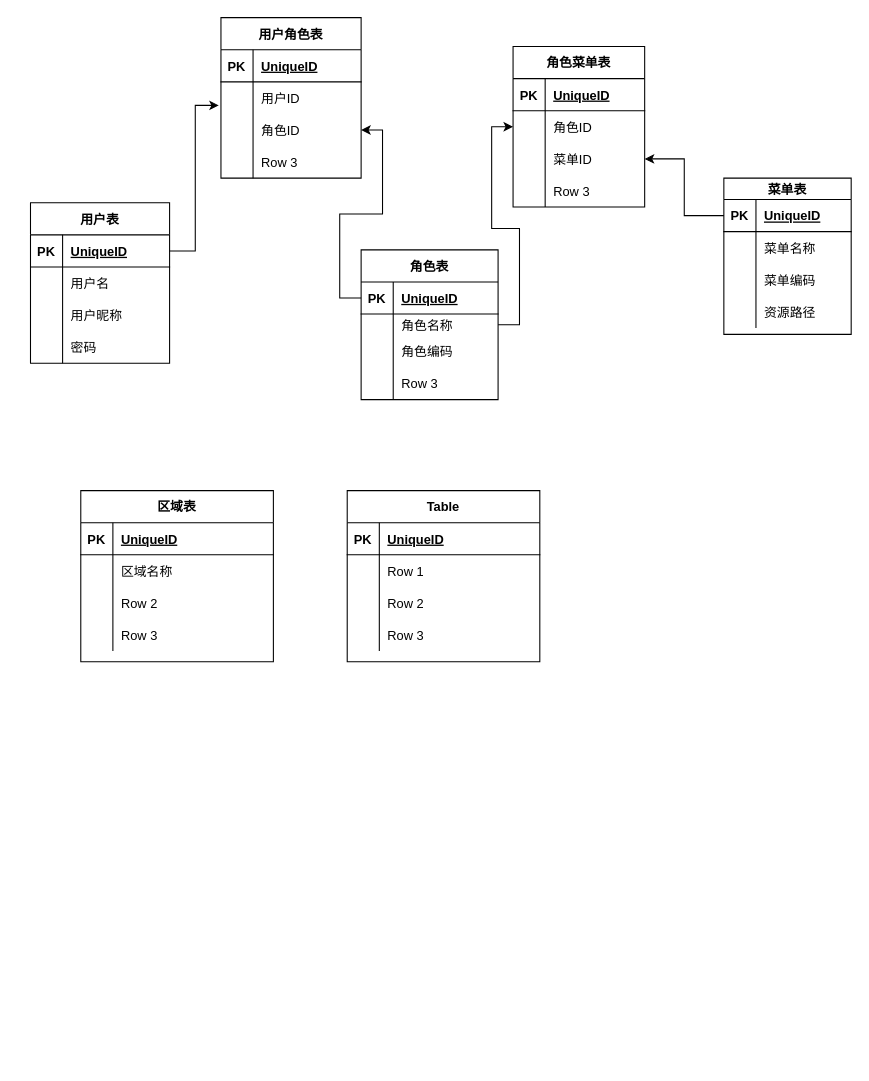
Above: archermind/neg_data_model.drawio in crelle/drawio (draw.io), before the change. Source tidied: cells renumbered, new cells numbered last; positions are measured from the earlier drawing's top-left corner, leaving out a move shared by most shapes. Both pictures are drawn from the tidied source at 107%, with x=0, y=0 at pixel (30, 17).
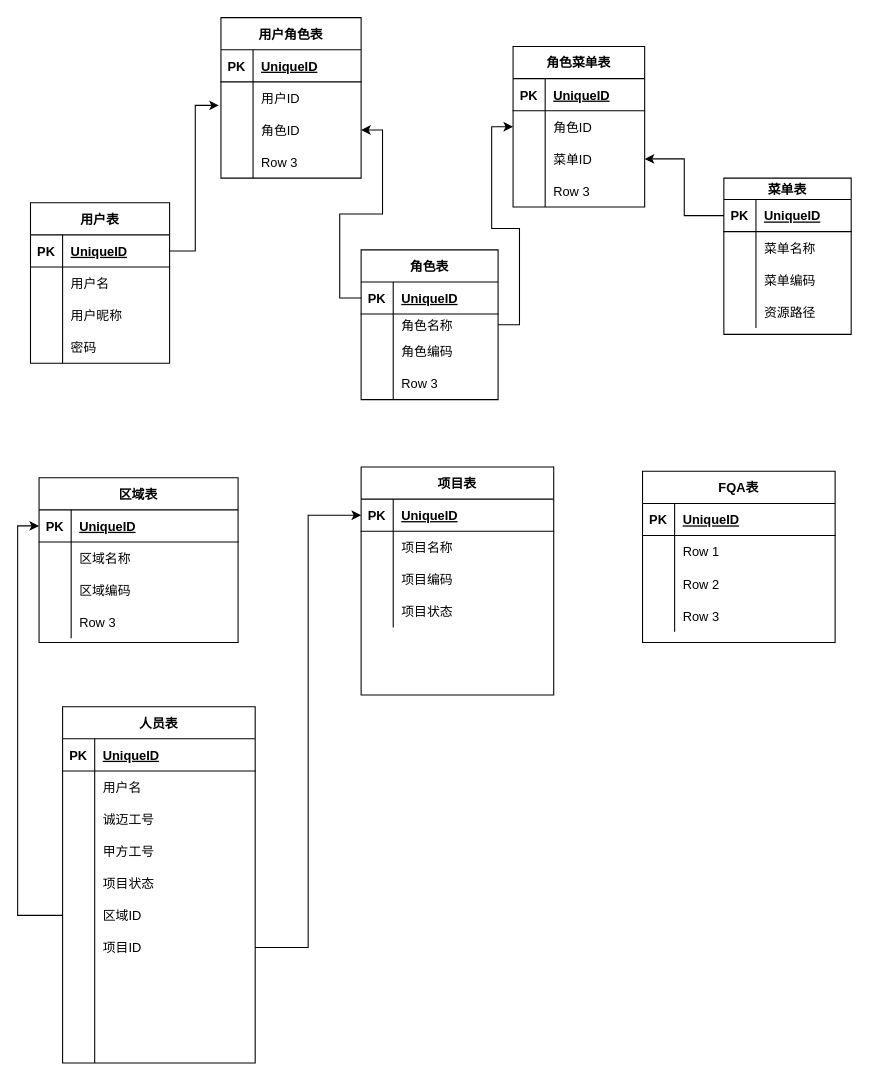
After the change.

The edit, as a diff of the source:
```diff
@@
     <mxCell id="71" value="区域表" style="shape=table;startSize=30;childLayout=tableLayout;rowLines=0;fontStyle=1;align=center;" parent="1" vertex="1">
-      <mxGeometry x="47" y="442" width="180" height="160" as="geometry" />
+      <mxGeometry x="8" y="430" width="186" height="154" as="geometry" />
     </mxCell>
     <mxCell id="72" style="shape=tableRow;horizontal=0;startSize=0;swimlaneHead=0;swimlaneBody=0;fillColor=none;points=[[0,0.5],[1,0.5]];portConstraint=eastwest;top=0;left=0;right=0;bottom=1;" parent="71" vertex="1">
-      <mxGeometry y="30" width="180" height="30" as="geometry" />
+      <mxGeometry y="30" width="186" height="30" as="geometry" />
     </mxCell>
@@
     <mxCell id="74" value="UniqueID" style="shape=partialRectangle;fillColor=none;top=0;left=0;bottom=0;right=0;align=left;spacingLeft=6;fontStyle=5;overflow=hidden;" parent="72" vertex="1">
-      <mxGeometry x="30" width="150" height="30" as="geometry" />
+      <mxGeometry x="30" width="156" height="30" as="geometry" />
     </mxCell>
     <mxCell id="75" style="shape=tableRow;horizontal=0;startSize=0;swimlaneHead=0;swimlaneBody=0;fillColor=none;top=0;left=0;right=0;bottom=0;" parent="71" vertex="1">
-      <mxGeometry y="60" width="180" height="30" as="geometry" />
+      <mxGeometry y="60" width="186" height="30" as="geometry" />
     </mxCell>
@@
     <mxCell id="77" value="区域名称" style="shape=partialRectangle;fillColor=none;top=0;left=0;bottom=0;right=0;align=left;spacingLeft=6;overflow=hidden;" parent="75" vertex="1">
-      <mxGeometry x="30" width="150" height="30" as="geometry" />
+      <mxGeometry x="30" width="156" height="30" as="geometry" />
     </mxCell>
     <mxCell id="78" style="shape=tableRow;horizontal=0;startSize=0;swimlaneHead=0;swimlaneBody=0;fillColor=none;top=0;left=0;right=0;bottom=0;" parent="71" vertex="1">
-      <mxGeometry y="90" width="180" height="30" as="geometry" />
+      <mxGeometry y="90" width="186" height="30" as="geometry" />
     </mxCell>
@@
-    <mxCell id="80" value="Row 2" style="shape=partialRectangle;fillColor=none;top=0;left=0;bottom=0;right=0;align=left;spacingLeft=6;overflow=hidden;" parent="78" vertex="1">
-      <mxGeometry x="30" width="150" height="30" as="geometry" />
+    <mxCell id="80" value="区域编码" style="shape=partialRectangle;fillColor=none;top=0;left=0;bottom=0;right=0;align=left;spacingLeft=6;overflow=hidden;" parent="78" vertex="1">
+      <mxGeometry x="30" width="156" height="30" as="geometry" />
     </mxCell>
     <mxCell id="81" style="shape=tableRow;horizontal=0;startSize=0;swimlaneHead=0;swimlaneBody=0;fillColor=none;top=0;left=0;right=0;bottom=0;" parent="71" vertex="1">
-      <mxGeometry y="120" width="180" height="30" as="geometry" />
+      <mxGeometry y="120" width="186" height="30" as="geometry" />
     </mxCell>
@@
     <mxCell id="83" value="Row 3" style="shape=partialRectangle;fillColor=none;top=0;left=0;bottom=0;right=0;align=left;spacingLeft=6;overflow=hidden;" parent="81" vertex="1">
-      <mxGeometry x="30" width="150" height="30" as="geometry" />
+      <mxGeometry x="30" width="156" height="30" as="geometry" />
     </mxCell>
-    <mxCell id="84" value="Table" style="shape=table;startSize=30;childLayout=tableLayout;rowLines=0;fontStyle=1;align=center;" parent="1" vertex="1">
-      <mxGeometry x="296" y="442" width="180" height="160" as="geometry" />
+    <mxCell id="84" value="FQA表" style="shape=table;startSize=30;childLayout=tableLayout;rowLines=0;fontStyle=1;align=center;" parent="1" vertex="1">
+      <mxGeometry x="572" y="424" width="180" height="160" as="geometry" />
     </mxCell>
@@
+    <mxCell id="97" value="项目表" style="shape=table;startSize=30;childLayout=tableLayout;rowLines=0;fontStyle=1;align=center;" parent="1" vertex="1">
+      <mxGeometry x="309" y="420" width="180" height="213" as="geometry" />
+    </mxCell>
+    <mxCell id="98" style="shape=tableRow;horizontal=0;startSize=0;swimlaneHead=0;swimlaneBody=0;fillColor=none;points=[[0,0.5],[1,0.5]];portConstraint=eastwest;top=0;left=0;right=0;bottom=1;" parent="97" vertex="1">
+      <mxGeometry y="30" width="180" height="30" as="geometry" />
+    </mxCell>
+    <mxCell id="99" value="PK" style="shape=partialRectangle;fillColor=none;top=0;left=0;bottom=0;right=0;fontStyle=1;overflow=hidden;" parent="98" vertex="1">
+      <mxGeometry width="30" height="30" as="geometry" />
+    </mxCell>
+    <mxCell id="100" value="UniqueID" style="shape=partialRectangle;fillColor=none;top=0;left=0;bottom=0;right=0;align=left;spacingLeft=6;fontStyle=5;overflow=hidden;" parent="98" vertex="1">
+      <mxGeometry x="30" width="150" height="30" as="geometry" />
+    </mxCell>
+    <mxCell id="101" style="shape=tableRow;horizontal=0;startSize=0;swimlaneHead=0;swimlaneBody=0;fillColor=none;top=0;left=0;right=0;bottom=0;" parent="97" vertex="1">
+      <mxGeometry y="60" width="180" height="30" as="geometry" />
+    </mxCell>
+    <mxCell id="102" style="shape=partialRectangle;fillColor=none;top=0;left=0;bottom=0;right=0;overflow=hidden;" parent="101" vertex="1">
+      <mxGeometry width="30" height="30" as="geometry" />
+    </mxCell>
+    <mxCell id="103" value="项目名称" style="shape=partialRectangle;fillColor=none;top=0;left=0;bottom=0;right=0;align=left;spacingLeft=6;overflow=hidden;" parent="101" vertex="1">
+      <mxGeometry x="30" width="150" height="30" as="geometry" />
+    </mxCell>
+    <mxCell id="104" style="shape=tableRow;horizontal=0;startSize=0;swimlaneHead=0;swimlaneBody=0;fillColor=none;top=0;left=0;right=0;bottom=0;" parent="97" vertex="1">
+      <mxGeometry y="90" width="180" height="30" as="geometry" />
+    </mxCell>
+    <mxCell id="105" style="shape=partialRectangle;fillColor=none;top=0;left=0;bottom=0;right=0;overflow=hidden;" parent="104" vertex="1">
+      <mxGeometry width="30" height="30" as="geometry" />
+    </mxCell>
+    <mxCell id="106" value="项目编码" style="shape=partialRectangle;fillColor=none;top=0;left=0;bottom=0;right=0;align=left;spacingLeft=6;overflow=hidden;" parent="104" vertex="1">
+      <mxGeometry x="30" width="150" height="30" as="geometry" />
+    </mxCell>
+    <mxCell id="107" style="shape=tableRow;horizontal=0;startSize=0;swimlaneHead=0;swimlaneBody=0;fillColor=none;top=0;left=0;right=0;bottom=0;" parent="97" vertex="1">
+      <mxGeometry y="120" width="180" height="30" as="geometry" />
+    </mxCell>
+    <mxCell id="108" style="shape=partialRectangle;fillColor=none;top=0;left=0;bottom=0;right=0;overflow=hidden;" parent="107" vertex="1">
+      <mxGeometry width="30" height="30" as="geometry" />
+    </mxCell>
+    <mxCell id="109" value="项目状态" style="shape=partialRectangle;fillColor=none;top=0;left=0;bottom=0;right=0;align=left;spacingLeft=6;overflow=hidden;" parent="107" vertex="1">
+      <mxGeometry x="30" width="150" height="30" as="geometry" />
+    </mxCell>
+    <mxCell id="110" value="人员表" style="shape=table;startSize=30;childLayout=tableLayout;rowLines=0;fontStyle=1;align=center;" parent="1" vertex="1">
+      <mxGeometry x="30" y="644" width="180" height="333" as="geometry" />
+    </mxCell>
+    <mxCell id="111" style="shape=tableRow;horizontal=0;startSize=0;swimlaneHead=0;swimlaneBody=0;fillColor=none;top=0;left=0;right=0;bottom=1;" parent="110" vertex="1">
+      <mxGeometry y="30" width="180" height="30" as="geometry" />
+    </mxCell>
+    <mxCell id="112" value="PK" style="shape=partialRectangle;fillColor=none;top=0;left=0;bottom=0;right=0;fontStyle=1;overflow=hidden;" parent="111" vertex="1">
+      <mxGeometry width="30" height="30" as="geometry" />
+    </mxCell>
+    <mxCell id="113" value="UniqueID" style="shape=partialRectangle;fillColor=none;top=0;left=0;bottom=0;right=0;align=left;spacingLeft=6;fontStyle=5;overflow=hidden;" parent="111" vertex="1">
+      <mxGeometry x="30" width="150" height="30" as="geometry" />
+    </mxCell>
+    <mxCell id="114" style="shape=tableRow;horizontal=0;startSize=0;swimlaneHead=0;swimlaneBody=0;fillColor=none;top=0;left=0;right=0;bottom=0;" parent="110" vertex="1">
+      <mxGeometry y="60" width="180" height="30" as="geometry" />
+    </mxCell>
+    <mxCell id="115" style="shape=partialRectangle;fillColor=none;top=0;left=0;bottom=0;right=0;overflow=hidden;" parent="114" vertex="1">
+      <mxGeometry width="30" height="30" as="geometry" />
+    </mxCell>
+    <mxCell id="116" value="用户名" style="shape=partialRectangle;fillColor=none;top=0;left=0;bottom=0;right=0;align=left;spacingLeft=6;overflow=hidden;" parent="114" vertex="1">
+      <mxGeometry x="30" width="150" height="30" as="geometry" />
+    </mxCell>
+    <mxCell id="117" style="shape=tableRow;horizontal=0;startSize=0;swimlaneHead=0;swimlaneBody=0;fillColor=none;top=0;left=0;right=0;bottom=0;" parent="110" vertex="1">
+      <mxGeometry y="90" width="180" height="30" as="geometry" />
+    </mxCell>
+    <mxCell id="118" style="shape=partialRectangle;fillColor=none;top=0;left=0;bottom=0;right=0;overflow=hidden;" parent="117" vertex="1">
+      <mxGeometry width="30" height="30" as="geometry" />
+    </mxCell>
+    <mxCell id="119" value="诚迈工号" style="shape=partialRectangle;fillColor=none;top=0;left=0;bottom=0;right=0;align=left;spacingLeft=6;overflow=hidden;" parent="117" vertex="1">
+      <mxGeometry x="30" width="150" height="30" as="geometry" />
+    </mxCell>
+    <mxCell id="120" style="shape=tableRow;horizontal=0;startSize=0;swimlaneHead=0;swimlaneBody=0;fillColor=none;top=0;left=0;right=0;bottom=0;" parent="110" vertex="1">
+      <mxGeometry y="120" width="180" height="30" as="geometry" />
+    </mxCell>
+    <mxCell id="121" style="shape=partialRectangle;fillColor=none;top=0;left=0;bottom=0;right=0;overflow=hidden;" parent="120" vertex="1">
+      <mxGeometry width="30" height="30" as="geometry" />
+    </mxCell>
+    <mxCell id="122" value="甲方工号" style="shape=partialRectangle;fillColor=none;top=0;left=0;bottom=0;right=0;align=left;spacingLeft=6;overflow=hidden;" parent="120" vertex="1">
+      <mxGeometry x="30" width="150" height="30" as="geometry" />
+    </mxCell>
+    <mxCell id="123" style="shape=tableRow;horizontal=0;startSize=0;swimlaneHead=0;swimlaneBody=0;fillColor=none;top=0;left=0;right=0;bottom=0;" parent="110" vertex="1">
+      <mxGeometry y="150" width="180" height="30" as="geometry" />
+    </mxCell>
+    <mxCell id="124" style="shape=partialRectangle;fillColor=none;top=0;left=0;bottom=0;right=0;overflow=hidden;" parent="123" vertex="1">
+      <mxGeometry width="30" height="30" as="geometry" />
+    </mxCell>
+    <mxCell id="125" value="项目状态" style="shape=partialRectangle;fillColor=none;top=0;left=0;bottom=0;right=0;align=left;spacingLeft=6;overflow=hidden;" parent="123" vertex="1">
+      <mxGeometry x="30" width="150" height="30" as="geometry" />
+    </mxCell>
+    <mxCell id="126" style="shape=tableRow;horizontal=0;startSize=0;swimlaneHead=0;swimlaneBody=0;fillColor=none;points=[[0,0.5],[1,0.5]];portConstraint=eastwest;top=0;left=0;right=0;bottom=0;" parent="110" vertex="1">
+      <mxGeometry y="180" width="180" height="30" as="geometry" />
+    </mxCell>
+    <mxCell id="127" style="shape=partialRectangle;fillColor=none;top=0;left=0;bottom=0;right=0;overflow=hidden;" parent="126" vertex="1">
+      <mxGeometry width="30" height="30" as="geometry" />
+    </mxCell>
+    <mxCell id="128" value="区域ID" style="shape=partialRectangle;fillColor=none;top=0;left=0;bottom=0;right=0;align=left;spacingLeft=6;overflow=hidden;" parent="126" vertex="1">
+      <mxGeometry x="30" width="150" height="30" as="geometry" />
+    </mxCell>
+    <mxCell id="129" style="shape=tableRow;horizontal=0;startSize=0;swimlaneHead=0;swimlaneBody=0;fillColor=none;points=[[0,0.5],[1,0.5]];portConstraint=eastwest;top=0;left=0;right=0;bottom=0;" parent="110" vertex="1">
+      <mxGeometry y="210" width="180" height="30" as="geometry" />
+    </mxCell>
+    <mxCell id="130" style="shape=partialRectangle;fillColor=none;top=0;left=0;bottom=0;right=0;overflow=hidden;" parent="129" vertex="1">
+      <mxGeometry width="30" height="30" as="geometry" />
+    </mxCell>
+    <mxCell id="131" value="项目ID" style="shape=partialRectangle;fillColor=none;top=0;left=0;bottom=0;right=0;align=left;spacingLeft=6;overflow=hidden;" parent="129" vertex="1">
+      <mxGeometry x="30" width="150" height="30" as="geometry" />
+    </mxCell>
+    <mxCell id="132" style="shape=tableRow;horizontal=0;startSize=0;swimlaneHead=0;swimlaneBody=0;fillColor=none;top=0;left=0;right=0;bottom=0;" parent="110" vertex="1">
+      <mxGeometry y="240" width="180" height="33" as="geometry" />
+    </mxCell>
+    <mxCell id="133" style="shape=partialRectangle;fillColor=none;top=0;left=0;bottom=0;right=0;overflow=hidden;" parent="132" vertex="1">
+      <mxGeometry width="30" height="33" as="geometry" />
+    </mxCell>
+    <mxCell id="134" style="shape=partialRectangle;fillColor=none;top=0;left=0;bottom=0;right=0;align=left;spacingLeft=6;overflow=hidden;" parent="132" vertex="1">
+      <mxGeometry x="30" width="150" height="33" as="geometry" />
+    </mxCell>
+    <mxCell id="135" style="shape=tableRow;horizontal=0;startSize=0;swimlaneHead=0;swimlaneBody=0;fillColor=none;top=0;left=0;right=0;bottom=0;" parent="110" vertex="1">
+      <mxGeometry y="273" width="180" height="30" as="geometry" />
+    </mxCell>
+    <mxCell id="136" style="shape=partialRectangle;fillColor=none;top=0;left=0;bottom=0;right=0;overflow=hidden;" parent="135" vertex="1">
+      <mxGeometry width="30" height="30" as="geometry" />
+    </mxCell>
+    <mxCell id="137" style="shape=partialRectangle;fillColor=none;top=0;left=0;bottom=0;right=0;align=left;spacingLeft=6;overflow=hidden;" parent="135" vertex="1">
+      <mxGeometry x="30" width="150" height="30" as="geometry" />
+    </mxCell>
+    <mxCell id="138" style="shape=tableRow;horizontal=0;startSize=0;swimlaneHead=0;swimlaneBody=0;fillColor=none;top=0;left=0;right=0;bottom=0;" parent="110" vertex="1">
+      <mxGeometry y="303" width="180" height="30" as="geometry" />
+    </mxCell>
+    <mxCell id="139" style="shape=partialRectangle;fillColor=none;top=0;left=0;bottom=0;right=0;overflow=hidden;" parent="138" vertex="1">
+      <mxGeometry width="30" height="30" as="geometry" />
+    </mxCell>
+    <mxCell id="140" style="shape=partialRectangle;fillColor=none;top=0;left=0;bottom=0;right=0;align=left;spacingLeft=6;overflow=hidden;" parent="138" vertex="1">
+      <mxGeometry x="30" width="150" height="30" as="geometry" />
+    </mxCell>
+    <mxCell id="141" style="edgeStyle=orthogonalEdgeStyle;rounded=0;jettySize=auto;html=1;entryX=0;entryY=0.5;entryDx=0;entryDy=0;" parent="1" edge="1" source="126" target="72">
+      <mxGeometry relative="1" as="geometry" />
+    </mxCell>
+    <mxCell id="142" style="edgeStyle=orthogonalEdgeStyle;rounded=0;jettySize=auto;html=1;entryX=0;entryY=0.5;entryDx=0;entryDy=0;" parent="1" edge="1" source="129" target="98">
+      <mxGeometry relative="1" as="geometry" />
+    </mxCell>
```
